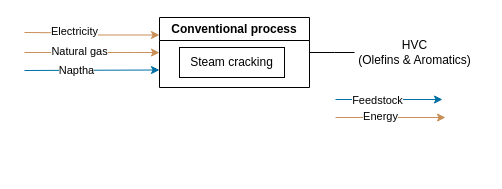
Before: page "PhD" (4 of 18) of TAM_Industry_RES.drawio in anik-ier/TAM_Industry_RES, a draw.io diagram. Source tidied: cells renumbered, new cells numbered last; positions are measured from the earlier drawing's top-left corner, leaving out a move shared by most shapes. Both pictures are drawn from the tidied source at 100%, with x=0, y=0 at pixel (24, 17).
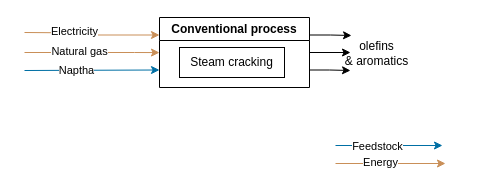
The same page after the edit.

The change refers to these unchanged cells:
```xml
<mxCell id="9" value="Conventional process" style="swimlane;whiteSpace=wrap;html=1;strokeColor=default;" parent="1" vertex="1">
  <mxGeometry x="135" width="150" height="70" as="geometry" />
</mxCell>
```

Diff of the diagram source:
```diff
@@
-    <mxCell id="8" style="edgeStyle=orthogonalEdgeStyle;rounded=0;jettySize=auto;html=1;exitX=1;exitY=0.5;exitDx=0;exitDy=0;endArrow=none;endFill=0;" parent="1" edge="1" source="9">
-      <mxGeometry relative="1" as="geometry">
-        <mxPoint x="330" y="35" as="targetPoint" />
-        <Array as="points">
-          <mxPoint x="310" y="35" />
-          <mxPoint x="310" y="35" />
-        </Array>
-      </mxGeometry>
-    </mxCell>
+    <mxCell id="16" style="edgeStyle=orthogonalEdgeStyle;rounded=0;hachureGap=4;jettySize=auto;html=1;exitX=1;exitY=0.25;exitDx=0;exitDy=0;fontFamily=Architects Daughter;" parent="1" edge="1" source="9">
+      <mxGeometry relative="1" as="geometry">
+        <mxPoint x="327" y="18" as="targetPoint" />
+        <Array as="points">
+          <mxPoint x="306" y="18" />
+          <mxPoint x="327" y="18" />
+        </Array>
+      </mxGeometry>
+    </mxCell>
+    <mxCell id="17" style="edgeStyle=orthogonalEdgeStyle;rounded=0;hachureGap=4;jettySize=auto;html=1;exitX=1;exitY=0.5;exitDx=0;exitDy=0;fontFamily=Architects Daughter;" parent="1" edge="1" source="9">
+      <mxGeometry relative="1" as="geometry">
+        <mxPoint x="326" y="35" as="targetPoint" />
+      </mxGeometry>
+    </mxCell>
+    <mxCell id="18" style="edgeStyle=orthogonalEdgeStyle;rounded=0;hachureGap=4;jettySize=auto;html=1;exitX=1;exitY=0.75;exitDx=0;exitDy=0;fontFamily=Architects Daughter;" parent="1" edge="1" source="9">
+      <mxGeometry relative="1" as="geometry">
+        <mxPoint x="326" y="53" as="targetPoint" />
+        <Array as="points">
+          <mxPoint x="305" y="52" />
+          <mxPoint x="326" y="53" />
+        </Array>
+      </mxGeometry>
+    </mxCell>
@@
-    <mxCell id="11" value="&lt;div&gt;HVC&lt;/div&gt;&lt;div&gt;(Olefins &amp;amp; Aromatics)&lt;br&gt;&lt;/div&gt;" style="text;html=1;align=center;verticalAlign=middle;strokeColor=none;fillColor=none;" parent="1" vertex="1">
-      <mxGeometry x="320" y="15" width="140" height="40" as="geometry" />
-    </mxCell>
     <mxCell id="12" style="edgeStyle=orthogonalEdgeStyle;rounded=0;orthogonalLoop=1;jettySize=auto;html=1;strokeColor=#006FA4;strokeWidth=1;" parent="1" edge="1">
       <mxGeometry relative="1" as="geometry">
-        <mxPoint x="311" y="82" as="sourcePoint" />
-        <mxPoint x="418" y="82" as="targetPoint" />
+        <mxPoint x="311" y="128" as="sourcePoint" />
+        <mxPoint x="418" y="128" as="targetPoint" />
         <Array as="points">
-          <mxPoint x="311" y="82" />
-          <mxPoint x="379" y="82" />
+          <mxPoint x="311" y="128" />
+          <mxPoint x="379" y="128" />
         </Array>
       </mxGeometry>
     </mxCell>
@@
     <mxCell id="14" style="edgeStyle=orthogonalEdgeStyle;rounded=0;orthogonalLoop=1;jettySize=auto;html=1;strokeColor=#C98F58;strokeWidth=1;" parent="1" edge="1">
       <mxGeometry relative="1" as="geometry">
-        <mxPoint x="311" y="100" as="sourcePoint" />
-        <mxPoint x="421" y="100" as="targetPoint" />
+        <mxPoint x="311" y="146" as="sourcePoint" />
+        <mxPoint x="421" y="146" as="targetPoint" />
         <Array as="points">
-          <mxPoint x="421" y="99.6" />
+          <mxPoint x="421" y="145.6" />
         </Array>
       </mxGeometry>
     </mxCell>
@@
+    <mxCell id="19" value="&lt;div&gt;olefins&lt;/div&gt;&lt;div&gt;&amp;amp; aromatics&lt;br&gt;&lt;/div&gt;" style="text;html=1;align=center;verticalAlign=middle;strokeColor=none;fillColor=none;fontFamily=Helvetica;" parent="1" vertex="1">
+      <mxGeometry x="310" y="15" width="83" height="41" as="geometry" />
+    </mxCell>
```
